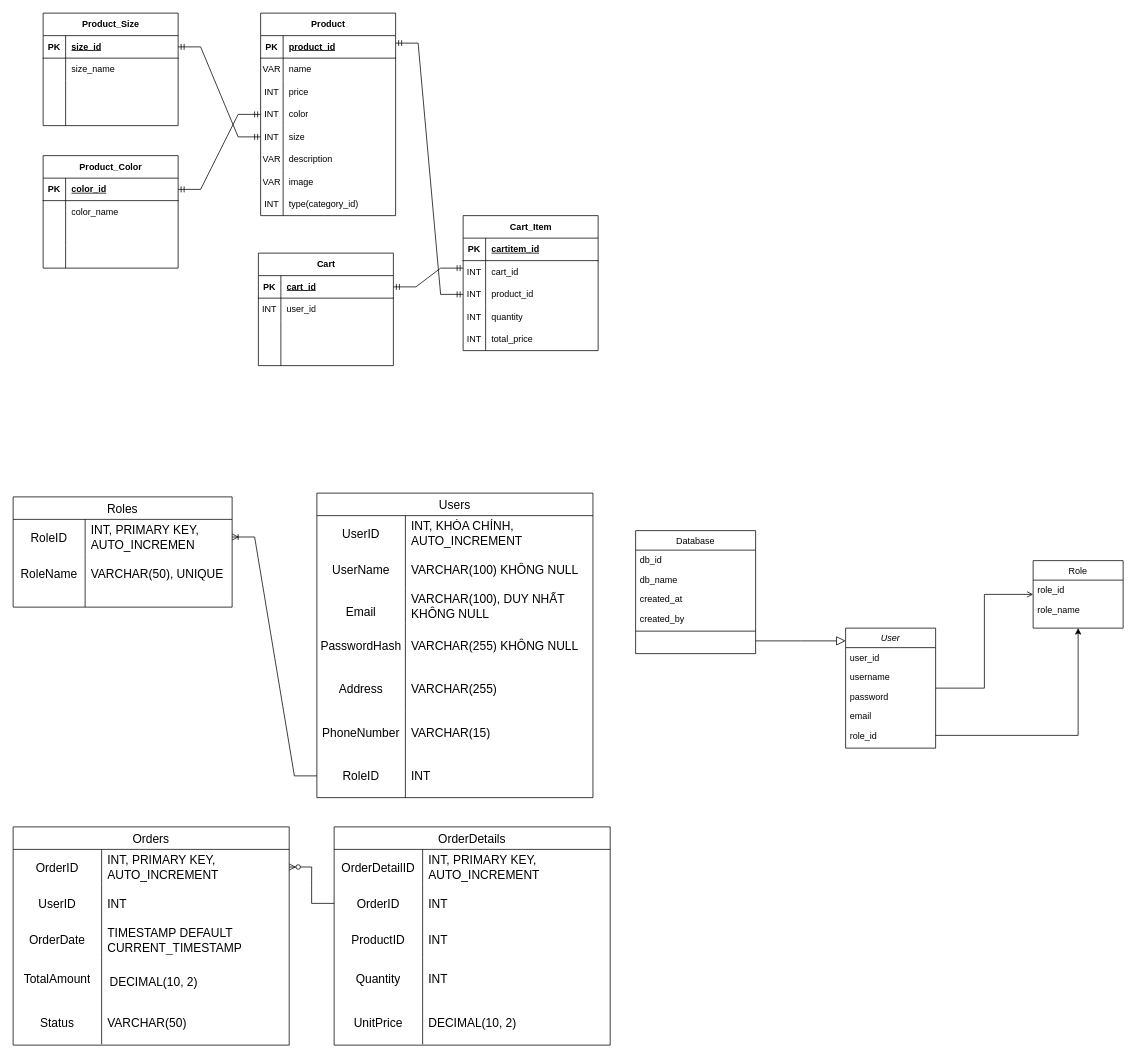
ShiroNeee/du_an_1 keeps this draw.io diagram as Dự án 1 - Nhóm 1.drawio. Above is the earlier version. Source tidied: cells renumbered, new cells numbered last; positions are measured from the earlier drawing's top-left corner, leaving out a move shared by most shapes. Both pictures are drawn from the tidied source at 75%, with x=0, y=0 at pixel (13, 13).
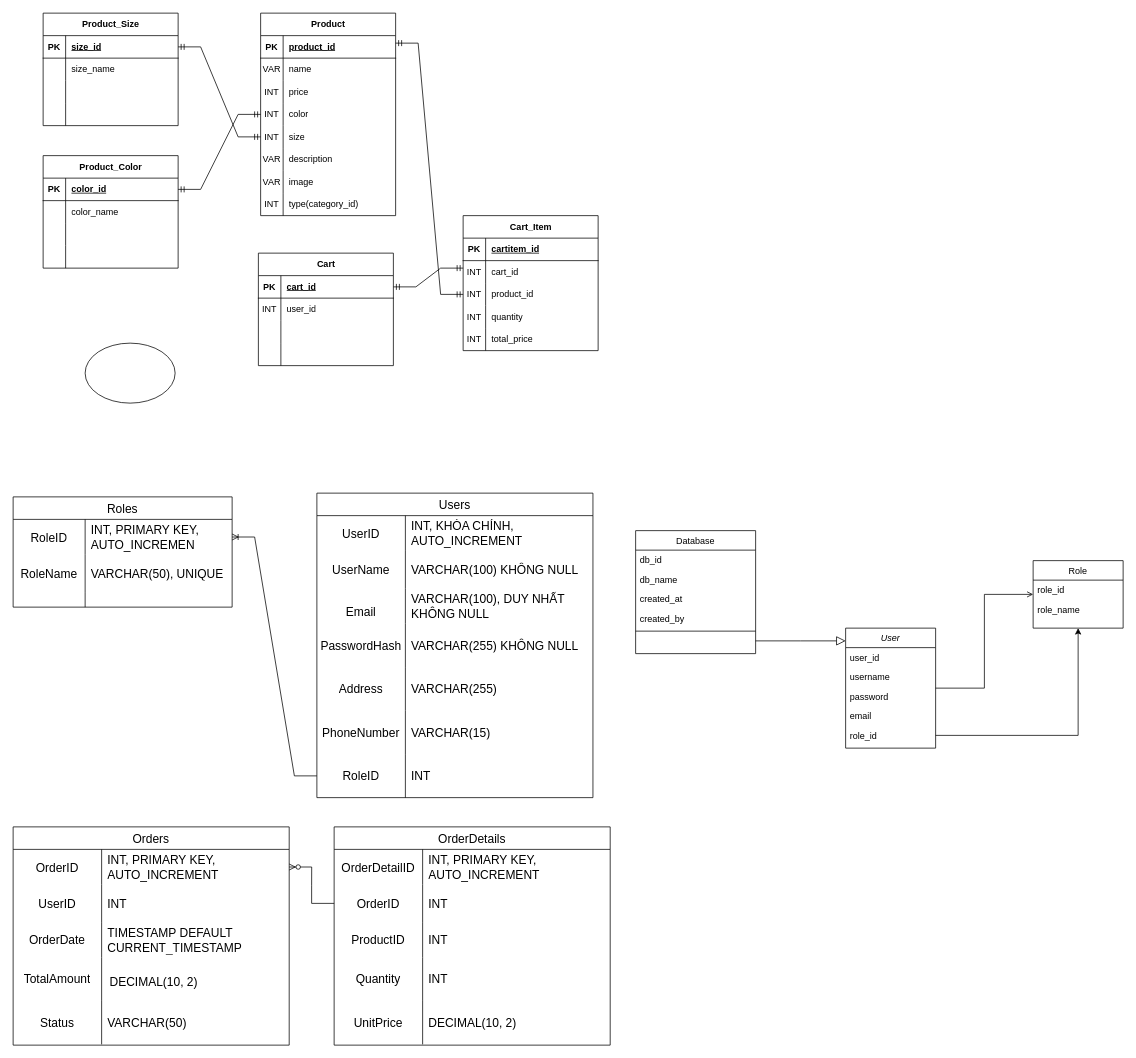
The same diagram, later.

Commit message (it also covers changes not shown here):
Cập nhật Dự án 1 - Nhóm 1.drawio

Change to the diagram source:
```diff
@@
+    <mxCell id="170" style="ellipse;whiteSpace=wrap;html=1;" parent="1" vertex="1">
+      <mxGeometry x="96" y="440" width="120" height="80" as="geometry" />
+    </mxCell>
```
